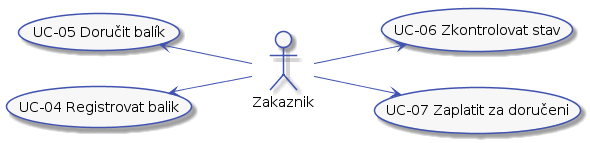
This is docs/diagrams/out/ucs-zakaznik.png from Internet-Handel/postman, a PlantUML export, as it was before one commit.
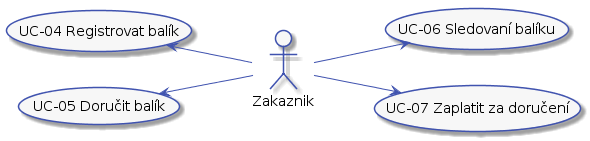
Above is the later version.

What changed in the source:
```diff
@@ -7,6 +7,8 @@
     ArrowColor #4053AF
     FontName Roboto
     BackgroundColor #F7F7F7
+    StartColor #4053AF
+    EndColor #4053AF
 }
 
 skinparam activityDiamond {
@@ -42,16 +44,21 @@
     ParticipantBackgroundColor #F7F7F7
 }
 
+skinparam note {
+    BorderColor #4053AF
+    BackgroundColor #F7F7F7
+}
+
 left to right direction
 actor :Zakaznik: as customer
 
-(UC-04 Registrovat balik) as (UC-04)
+(UC-04 Registrovat balík) as (UC-04)
 (UC-05 Doručit balík) as (UC-05)
-(UC-06 Zkontrolovat stav) as (UC-06)
-(UC-07 Zaplatit za doručeni) as (UC-07)
+(UC-06 Sledovaní balíku) as (UC-06)
+(UC-07 Zaplatit za doručení) as (UC-07)
 
+customer -up-> (UC-05)
 customer -up-> (UC-04)
-customer -up-> (UC-05)
 customer --> (UC-06)
 customer --> (UC-07)
 @enduml
```
